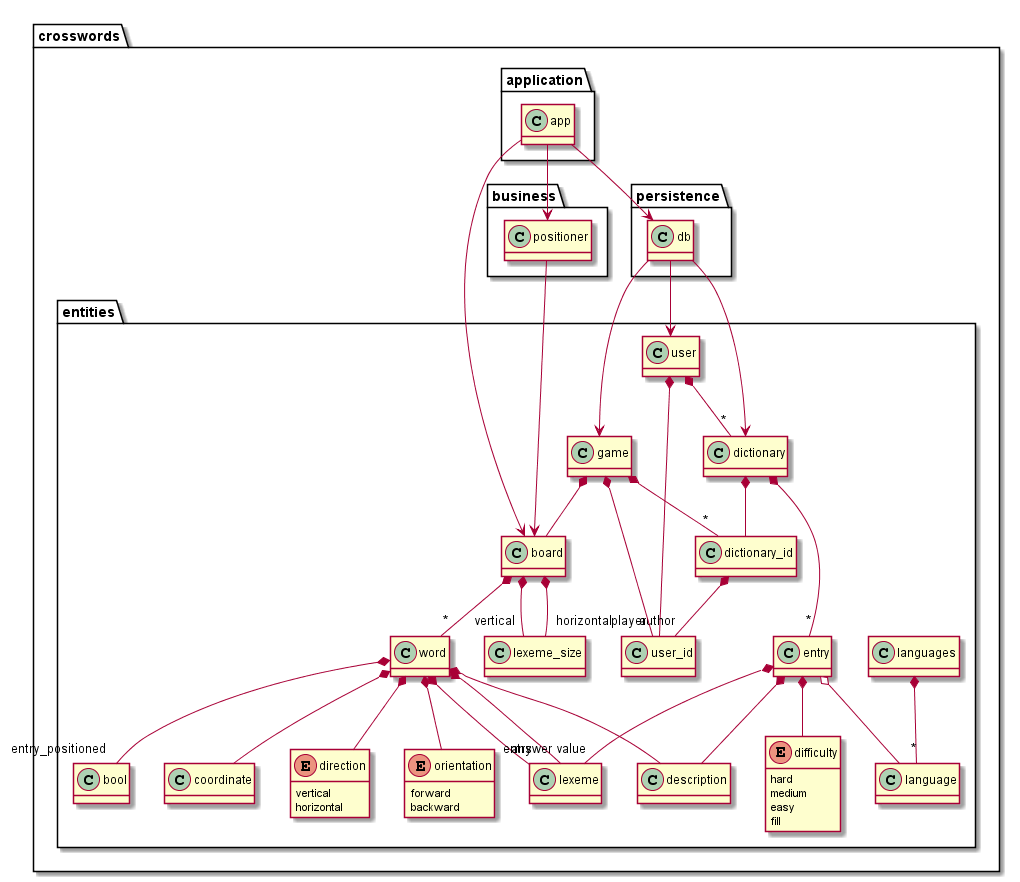
Before: code/crosswords/document/uml.png, a diagram exported from PlantUML (rodrigocanellas/tenacitas).
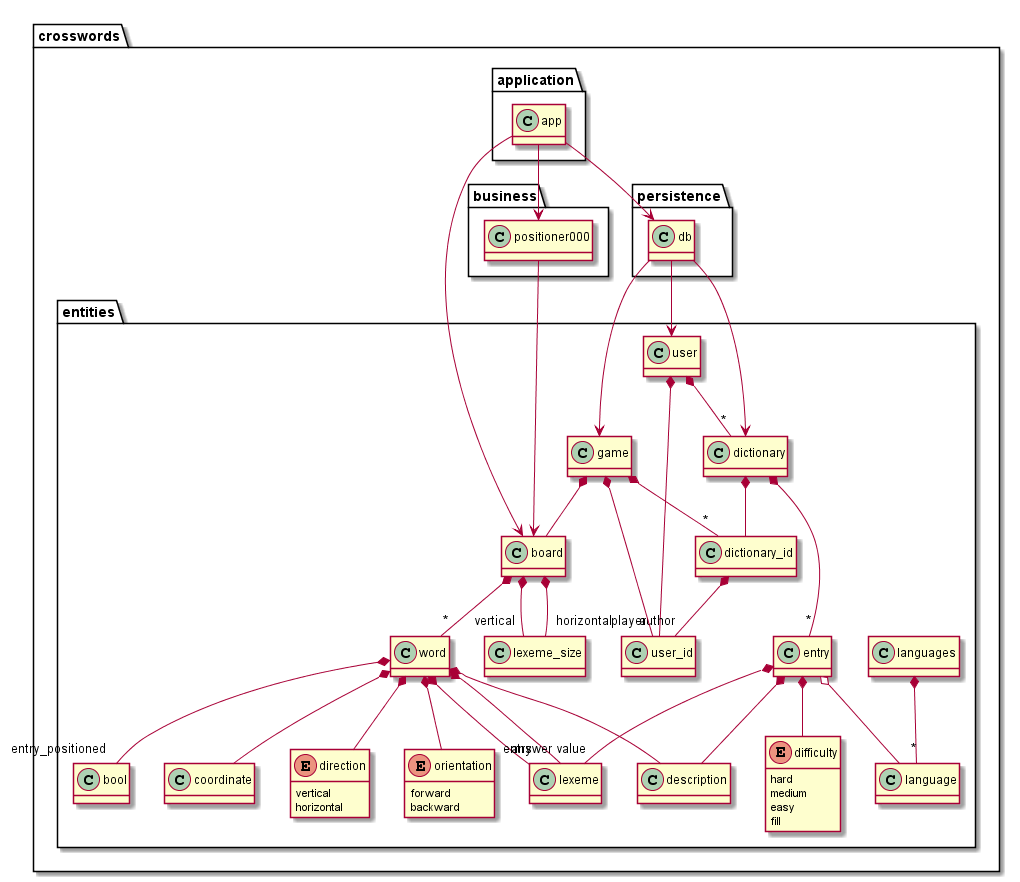
Later version of the same file.

The edit, as a diff of the source:
```diff
@@ -58,7 +58,7 @@
 
 namespace crosswords {
 namespace business {
-positioner --> crosswords.entities.board
+positioner000 --> crosswords.entities.board
 }
 }
 
@@ -74,7 +74,7 @@
 namespace crosswords {
 namespace application {
 app --> crosswords.entities.board
-app --> crosswords.business.positioner
+app --> crosswords.business.positioner000
 app --> crosswords.persistence.db
 }
 }
```
